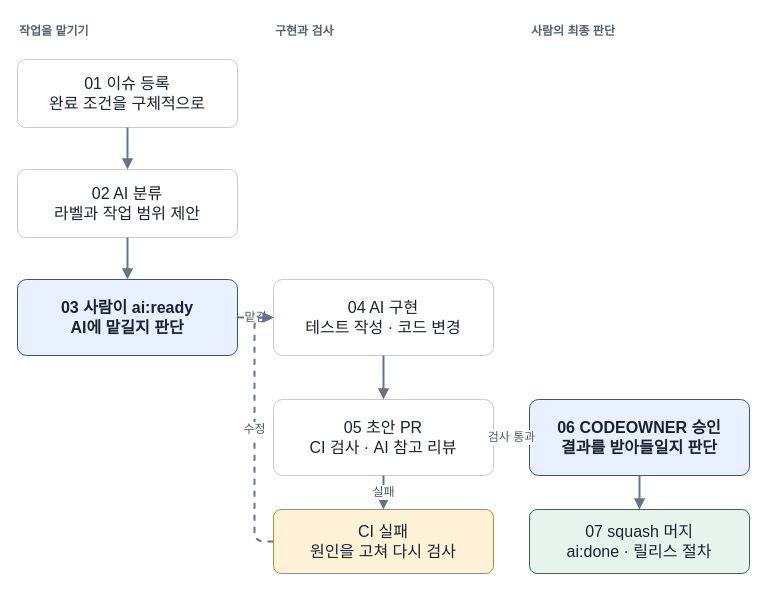
Earlier version of the draw.io diagram docs/site/data/flow.drawio (jungrok5/ai-code-collaboration-best-practices). Source tidied: cells renumbered, new cells numbered last; positions are measured from the earlier drawing's top-left corner, leaving out a move shared by most shapes. Both pictures are drawn from the tidied source at 100%, with x=0, y=0 at pixel (17, 17).
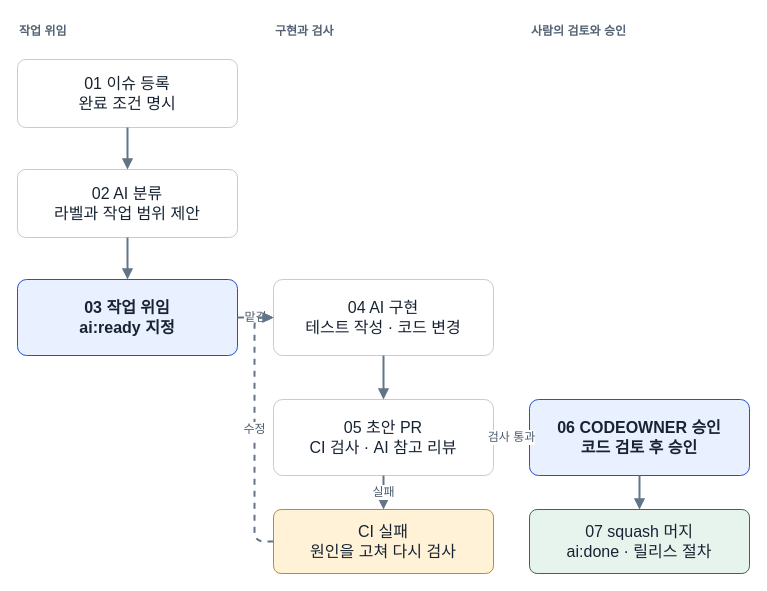
The same diagram, later.

The edit, as a diff of the source:
```diff
@@
-    <mxCell id="2" value="작업을 맡기기" style="text;html=1;fontSize=12;fontColor=#536374;align=left;fontStyle=1;whiteSpace=wrap;" parent="1" vertex="1">
+    <mxCell id="2" value="작업 위임" style="text;html=1;fontSize=12;fontColor=#536374;align=left;fontStyle=1;whiteSpace=wrap;" parent="1" vertex="1">
       <mxGeometry width="220" height="24" as="geometry" />
     </mxCell>
@@
-    <mxCell id="4" value="사람의 최종 판단" style="text;html=1;fontSize=12;fontColor=#536374;align=left;fontStyle=1;whiteSpace=wrap;" parent="1" vertex="1">
+    <mxCell id="4" value="사람의 검토와 승인" style="text;html=1;fontSize=12;fontColor=#536374;align=left;fontStyle=1;whiteSpace=wrap;" parent="1" vertex="1">
       <mxGeometry x="512" width="220" height="24" as="geometry" />
     </mxCell>
-    <mxCell id="5" value="01  이슈 등록&#10;완료 조건을 구체적으로" style="rounded=1;arcSize=12;whiteSpace=wrap;html=1;fillColor=#ffffff;strokeColor=#c4cbd3;fontColor=#172333;fontSize=16;fontFamily=Arial;fontStyle=0;spacing=10;" parent="1" vertex="1">
+    <mxCell id="5" value="01  이슈 등록&#10;완료 조건 명시" style="rounded=1;arcSize=12;whiteSpace=wrap;html=1;fillColor=#ffffff;strokeColor=#c4cbd3;fontColor=#172333;fontSize=16;fontFamily=Arial;fontStyle=0;spacing=10;" parent="1" vertex="1">
       <mxGeometry y="42" width="220" height="68" as="geometry" />
     </mxCell>
@@
-    <mxCell id="7" value="03  사람이 ai:ready&#10;AI에 맡길지 판단" style="rounded=1;arcSize=12;whiteSpace=wrap;html=1;fillColor=#e9f0ff;strokeColor=#2451cb;fontColor=#172333;fontSize=16;fontFamily=Arial;fontStyle=1;spacing=10;" parent="1" vertex="1">
+    <mxCell id="7" value="03  작업 위임&#10;ai:ready 지정" style="rounded=1;arcSize=12;whiteSpace=wrap;html=1;fillColor=#e9f0ff;strokeColor=#2451cb;fontColor=#172333;fontSize=16;fontFamily=Arial;fontStyle=1;spacing=10;" parent="1" vertex="1">
       <mxGeometry y="262" width="220" height="76" as="geometry" />
     </mxCell>
@@
-    <mxCell id="10" value="06  CODEOWNER 승인&#10;결과를 받아들일지 판단" style="rounded=1;arcSize=12;whiteSpace=wrap;html=1;fillColor=#e9f0ff;strokeColor=#2451cb;fontColor=#172333;fontSize=16;fontFamily=Arial;fontStyle=1;spacing=10;" parent="1" vertex="1">
+    <mxCell id="10" value="06  CODEOWNER 승인&#10;코드 검토 후 승인" style="rounded=1;arcSize=12;whiteSpace=wrap;html=1;fillColor=#e9f0ff;strokeColor=#2451cb;fontColor=#172333;fontSize=16;fontFamily=Arial;fontStyle=1;spacing=10;" parent="1" vertex="1">
       <mxGeometry x="512" y="382" width="220" height="76" as="geometry" />
     </mxCell>
```
